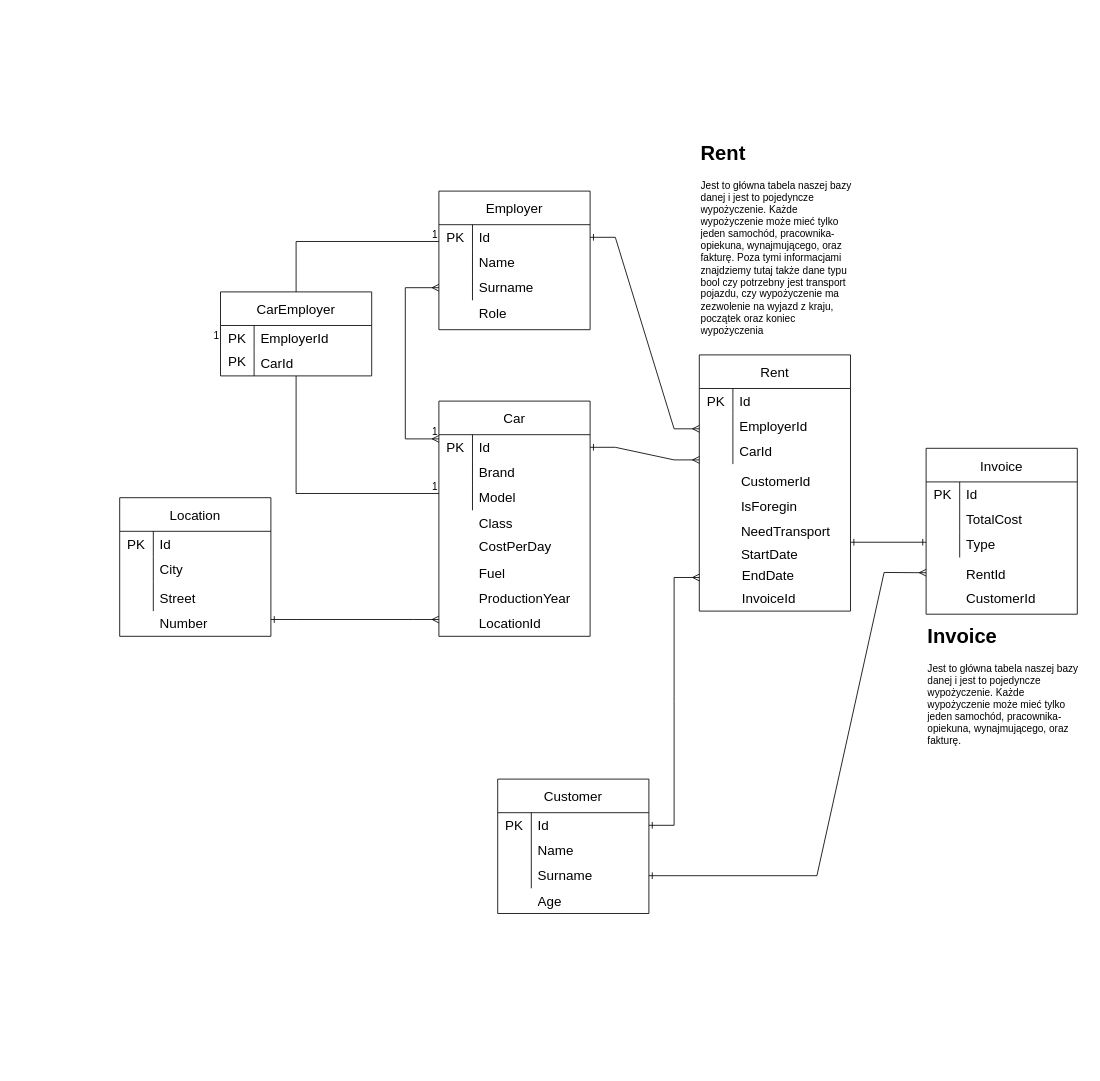
The draw.io diagram Homework warsztat.drawio in Tomasz98Zukowski/TripBudgetApp, before the edit. Source tidied: cells renumbered, new cells numbered last; positions are measured from the earlier drawing's top-left corner, leaving out a move shared by most shapes. Both pictures are drawn from the tidied source at 84%, with x=0, y=0 at pixel (119, 136).
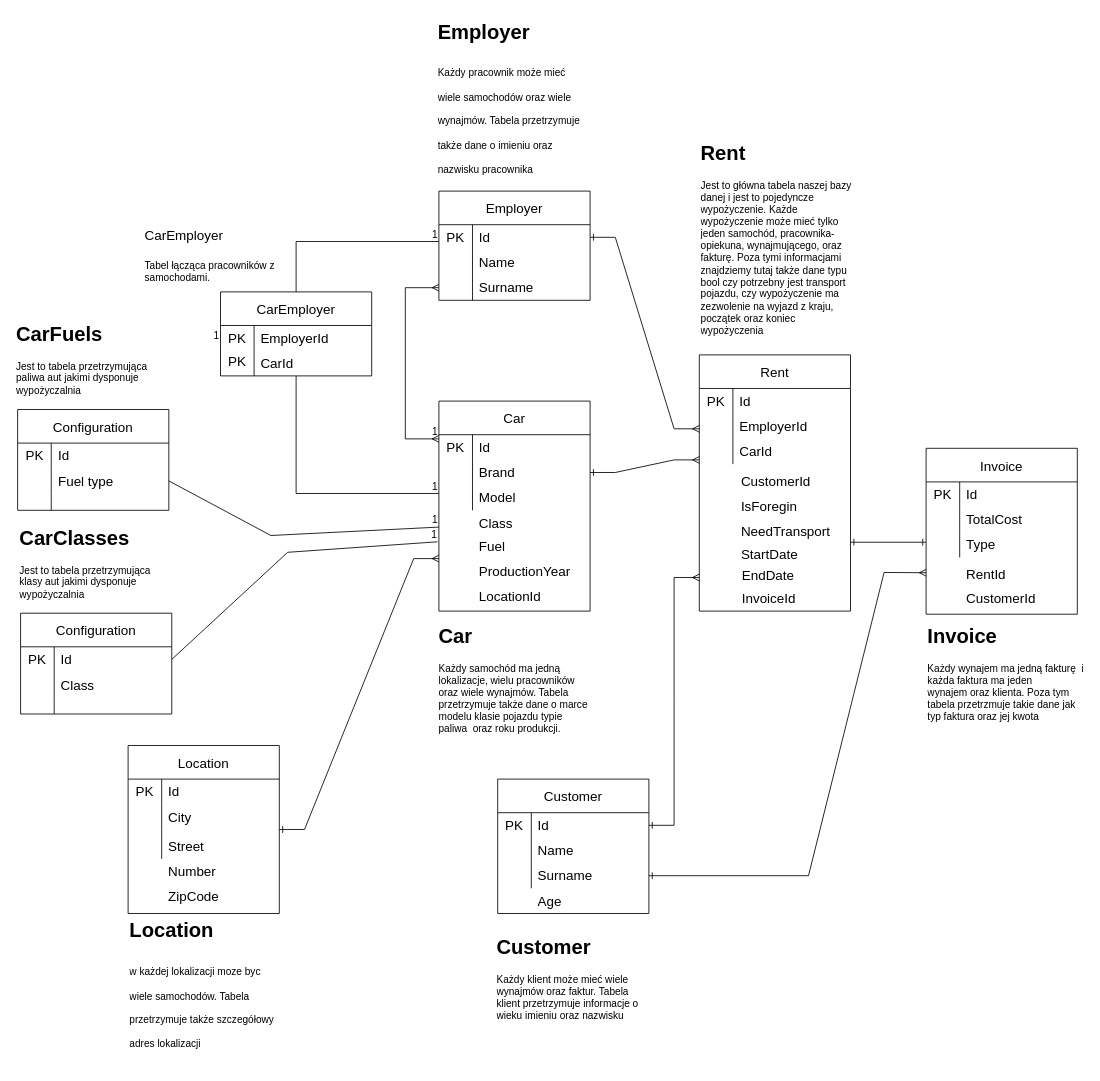
The same page after the edit.

The change refers to these unchanged cells:
```xml
<mxCell id="23" style="shape=tableRow;horizontal=0;startSize=0;swimlaneHead=0;swimlaneBody=0;top=0;left=0;bottom=0;right=0;fillColor=none;points=[[0,0.5],[1,0.5]];portConstraint=eastwest;strokeColor=inherit;fontSize=16;" parent="16" vertex="1">
  <mxGeometry y="100" width="180" height="30" as="geometry" />
</mxCell>
<mxCell id="40" style="shape=tableRow;horizontal=0;startSize=0;swimlaneHead=0;swimlaneBody=0;top=0;left=0;bottom=0;right=0;fillColor=none;points=[[0,0.5],[1,0.5]];portConstraint=eastwest;strokeColor=inherit;fontSize=16;" parent="39" vertex="1">
  <mxGeometry y="40" width="180" height="30" as="geometry" />
</mxCell>
<mxCell id="43" style="shape=tableRow;horizontal=0;startSize=0;swimlaneHead=0;swimlaneBody=0;top=0;left=0;bottom=0;right=0;fillColor=none;points=[[0,0.5],[1,0.5]];portConstraint=eastwest;strokeColor=inherit;fontSize=16;" parent="39" vertex="1">
  <mxGeometry y="70" width="180" height="30" as="geometry" />
</mxCell>
<mxCell id="86" value="Invoice" style="shape=table;startSize=40;childLayout=tableLayout;rowLines=0;fontStyle=0;strokeColor=default;fontSize=16;fillColor=default;" parent="1" vertex="1">
  <mxGeometry x="960" y="371.2" width="180" height="197.5" as="geometry" />
</mxCell>
```

Diff of the diagram source:
```diff
@@
     <mxCell id="28" value="Employer" style="shape=table;startSize=40;childLayout=tableLayout;rowLines=0;fontStyle=0;strokeColor=default;fontSize=16;fillColor=default;" parent="1" vertex="1">
-      <mxGeometry x="380" y="65" width="180" height="165" as="geometry" />
+      <mxGeometry x="380" y="65" width="180" height="130" as="geometry" />
     </mxCell>
@@
-    <mxCell id="38" value="Role" style="shape=partialRectangle;html=1;whiteSpace=wrap;fillColor=none;top=0;left=0;bottom=0;right=0;align=left;spacingLeft=6;overflow=hidden;strokeColor=inherit;fontSize=16;" parent="1" vertex="1">
-      <mxGeometry x="420" y="195" width="140" height="30" as="geometry" />
-    </mxCell>
     <mxCell id="39" value="Car" style="shape=table;startSize=40;childLayout=tableLayout;rowLines=0;fontStyle=0;strokeColor=default;fontSize=16;fillColor=default;" parent="1" vertex="1">
-      <mxGeometry x="380" y="315" width="180" height="280" as="geometry" />
+      <mxGeometry x="380" y="315" width="180" height="250" as="geometry" />
     </mxCell>
@@
-    <mxCell id="50" value="CostPerDay" style="shape=partialRectangle;html=1;whiteSpace=wrap;fillColor=none;top=0;left=0;bottom=0;right=0;align=left;spacingLeft=6;overflow=hidden;strokeColor=inherit;fontSize=16;" parent="1" vertex="1">
+    <mxCell id="50" style="shape=partialRectangle;html=1;whiteSpace=wrap;fillColor=none;top=0;left=0;bottom=0;right=0;align=left;spacingLeft=6;overflow=hidden;strokeColor=inherit;fontSize=16;" parent="1" vertex="1">
       <mxGeometry x="420" y="473" width="140" height="30" as="geometry" />
     </mxCell>
     <mxCell id="51" value="Fuel" style="shape=partialRectangle;html=1;whiteSpace=wrap;fillColor=none;top=0;left=0;bottom=0;right=0;align=left;spacingLeft=6;overflow=hidden;strokeColor=inherit;fontSize=16;" parent="1" vertex="1">
-      <mxGeometry x="420" y="505" width="140" height="30" as="geometry" />
+      <mxGeometry x="420" y="473" width="140" height="30" as="geometry" />
     </mxCell>
     <mxCell id="52" value="ProductionYear" style="shape=partialRectangle;html=1;whiteSpace=wrap;fillColor=none;top=0;left=0;bottom=0;right=0;align=left;spacingLeft=6;overflow=hidden;strokeColor=inherit;fontSize=16;" parent="1" vertex="1">
-      <mxGeometry x="420" y="535" width="140" height="30" as="geometry" />
+      <mxGeometry x="420" y="503" width="140" height="30" as="geometry" />
     </mxCell>
@@
-    <mxCell id="55" style="edgeStyle=entityRelationEdgeStyle;fontSize=12;html=1;endArrow=ERmany;startArrow=ERone;rounded=0;exitX=1;exitY=0.5;exitDx=0;exitDy=0;startFill=0;endFill=0;" parent="1" edge="1" source="40">
+    <mxCell id="55" style="edgeStyle=entityRelationEdgeStyle;fontSize=12;html=1;endArrow=ERmany;startArrow=ERone;rounded=0;exitX=1;exitY=0.5;exitDx=0;exitDy=0;startFill=0;endFill=0;" parent="1" edge="1" source="43">
       <mxGeometry relative="1" as="geometry">
         <mxPoint x="690" y="385" as="targetPoint" />
         <Array as="points">
           <mxPoint x="630" y="385" />
+          <mxPoint x="650" y="385" />
         </Array>
       </mxGeometry>
     </mxCell>
     <mxCell id="56" value="LocationId" style="shape=partialRectangle;html=1;whiteSpace=wrap;fillColor=none;top=0;left=0;bottom=0;right=0;align=left;spacingLeft=6;overflow=hidden;strokeColor=inherit;fontSize=16;" parent="1" vertex="1">
-      <mxGeometry x="420" y="565" width="140" height="30" as="geometry" />
+      <mxGeometry x="420" y="533" width="140" height="30" as="geometry" />
     </mxCell>
     <mxCell id="57" value="Location" style="shape=table;startSize=40;childLayout=tableLayout;rowLines=0;fontStyle=0;strokeColor=default;fontSize=16;fillColor=default;" parent="1" vertex="1">
-      <mxGeometry y="430" width="180" height="165" as="geometry" />
+      <mxGeometry x="10" y="725" width="180" height="200" as="geometry" />
     </mxCell>
@@
     <mxCell id="67" value="Street" style="shape=partialRectangle;html=1;whiteSpace=wrap;fillColor=none;top=0;left=0;bottom=0;right=0;align=left;spacingLeft=6;overflow=hidden;strokeColor=inherit;fontSize=16;" parent="1" vertex="1">
-      <mxGeometry x="40" y="535" width="140" height="30" as="geometry" />
+      <mxGeometry x="50" y="830" width="140" height="30" as="geometry" />
     </mxCell>
     <mxCell id="68" value="Number" style="shape=partialRectangle;html=1;whiteSpace=wrap;fillColor=none;top=0;left=0;bottom=0;right=0;align=left;spacingLeft=6;overflow=hidden;strokeColor=inherit;fontSize=16;" parent="1" vertex="1">
-      <mxGeometry x="40" y="565" width="140" height="30" as="geometry" />
+      <mxGeometry x="50" y="860" width="140" height="30" as="geometry" />
     </mxCell>
-    <mxCell id="69" style="edgeStyle=entityRelationEdgeStyle;fontSize=12;html=1;endArrow=ERmany;startArrow=ERone;rounded=0;startFill=0;" parent="1" edge="1">
-      <mxGeometry relative="1" as="geometry">
-        <mxPoint x="180" y="575" as="sourcePoint" />
-        <mxPoint x="380" y="575" as="targetPoint" />
-      </mxGeometry>
+    <mxCell id="69" style="edgeStyle=entityRelationEdgeStyle;fontSize=12;html=1;endArrow=ERmany;startArrow=ERone;rounded=0;startFill=0;entryX=0;entryY=0.75;entryDx=0;entryDy=0;exitX=1;exitY=0.5;exitDx=0;exitDy=0;" parent="1" edge="1" source="57" target="39">
+      <mxGeometry relative="1" as="geometry" />
     </mxCell>
@@
-    <mxCell id="100" value="&lt;h1 style=&quot;margin-top: 0px;&quot;&gt;Invoice&lt;/h1&gt;&lt;p&gt;Jest to główna tabela naszej bazy danej i jest to pojedyncze wypożyczenie. Każde wypożyczenie może mieć tylko jeden samochód, pracownika-opiekuna, wynajmującego, oraz fakturę.&amp;nbsp;&lt;/p&gt;" style="text;html=1;whiteSpace=wrap;overflow=hidden;rounded=0;" parent="1" vertex="1">
-      <mxGeometry x="960" y="575" width="187" height="160" as="geometry" />
+    <mxCell id="100" value="&lt;h1 style=&quot;margin-top: 0px;&quot;&gt;Invoice&lt;/h1&gt;&lt;p&gt;Każdy wynajem ma jedną fakturę&amp;nbsp; i każda faktura ma jeden wynajem&amp;nbsp;&lt;span style=&quot;background-color: initial;&quot;&gt;oraz klienta&lt;/span&gt;&lt;span style=&quot;background-color: initial;&quot;&gt;. Poza tym tabela przetrzmuje takie dane jak typ faktura oraz jej kwota&lt;/span&gt;&lt;/p&gt;" style="text;html=1;whiteSpace=wrap;overflow=hidden;rounded=0;" parent="1" vertex="1">
+      <mxGeometry x="960" y="575" width="190" height="130" as="geometry" />
     </mxCell>
     <mxCell id="101" style="endArrow=ERmany;html=1;rounded=0;exitX=1;exitY=0.5;exitDx=0;exitDy=0;entryX=0;entryY=0.75;entryDx=0;entryDy=0;startArrow=ERone;startFill=0;endFill=0;" parent="1" edge="1" source="23" target="86">
       <mxGeometry relative="1" as="geometry">
         <Array as="points">
-          <mxPoint x="830" y="880" />
+          <mxPoint x="820" y="880" />
           <mxPoint x="910" y="519" />
         </Array>
       </mxGeometry>
     </mxCell>
+    <mxCell id="102" value="&lt;h1 style=&quot;margin-top: 0px;&quot;&gt;Customer&lt;/h1&gt;&lt;p&gt;Każdy klient może mieć wiele wynajmów oraz faktur. Tabela klient przetrzymuje informacje o wieku imieniu oraz nazwisku&lt;/p&gt;" style="text;html=1;whiteSpace=wrap;overflow=hidden;rounded=0;" parent="1" vertex="1">
+      <mxGeometry x="446.5" y="945" width="183.5" height="120" as="geometry" />
+    </mxCell>
+    <mxCell id="103" value="&lt;h1 style=&quot;margin-top: 0px;&quot;&gt;Car&lt;/h1&gt;&lt;p&gt;Każdy samochód ma jedną lokalizacje, wielu pracowników oraz wiele wynajmów. Tabela przetrzymuje także dane o marce modelu klasie pojazdu typie paliwa&amp;nbsp; oraz roku produkcji.&lt;/p&gt;" style="text;html=1;whiteSpace=wrap;overflow=hidden;rounded=0;" parent="1" vertex="1">
+      <mxGeometry x="378.2" y="575" width="183.5" height="150" as="geometry" />
+    </mxCell>
+    <mxCell id="104" value="&lt;h1 style=&quot;margin-top: 0px;&quot;&gt;&lt;span style=&quot;background-color: initial;&quot;&gt;Location&lt;/span&gt;&lt;/h1&gt;&lt;h1 style=&quot;margin-top: 0px;&quot;&gt;&lt;span style=&quot;background-color: initial; font-size: 12px; font-weight: normal;&quot;&gt;w każdej lokalizacji moze byc wiele samochodów. Tabela przetrzymuje także szczegółowy adres lokalizacji&lt;/span&gt;&lt;br&gt;&lt;/h1&gt;" style="text;html=1;whiteSpace=wrap;overflow=hidden;rounded=0;" parent="1" vertex="1">
+      <mxGeometry x="10" y="925" width="183.5" height="180" as="geometry" />
+    </mxCell>
+    <mxCell id="105" value="&lt;h1 style=&quot;margin-top: 0px;&quot;&gt;&lt;span style=&quot;background-color: initial;&quot;&gt;Employer&lt;/span&gt;&lt;/h1&gt;&lt;h1 style=&quot;margin-top: 0px;&quot;&gt;&lt;span style=&quot;background-color: initial; font-size: 12px; font-weight: normal;&quot;&gt;Każdy pracownik może mieć wiele samochodów oraz wiele wynajmów. Tabela przetrzymuje także dane o imieniu oraz nazwisku pracownika&lt;/span&gt;&lt;br&gt;&lt;/h1&gt;" style="text;html=1;whiteSpace=wrap;overflow=hidden;rounded=0;" parent="1" vertex="1">
+      <mxGeometry x="376.5" y="-145" width="183.5" height="200" as="geometry" />
+    </mxCell>
+    <mxCell id="106" value="&lt;h1 style=&quot;margin-top: 0px;&quot;&gt;&lt;span style=&quot;font-size: 16px; font-weight: 400; text-align: center; text-wrap: nowrap;&quot;&gt;CarEmployer&lt;/span&gt;&lt;br&gt;&lt;/h1&gt;&lt;p&gt;Tabel łącząca pracowników z samochodami.&lt;/p&gt;" style="text;html=1;whiteSpace=wrap;overflow=hidden;rounded=0;" parent="1" vertex="1">
+      <mxGeometry x="28.2" y="95" width="183.5" height="90" as="geometry" />
+    </mxCell>
+    <mxCell id="107" value="Configuration" style="shape=table;startSize=40;childLayout=tableLayout;rowLines=0;fontStyle=0;strokeColor=default;fontSize=16;fillColor=default;" parent="1" vertex="1">
+      <mxGeometry x="-118" y="567.5" width="180" height="120" as="geometry" />
+    </mxCell>
+    <mxCell id="108" style="shape=tableRow;horizontal=0;startSize=0;swimlaneHead=0;swimlaneBody=0;top=0;left=0;bottom=0;right=0;fillColor=none;points=[[0,0.5],[1,0.5]];portConstraint=eastwest;strokeColor=inherit;fontSize=16;" parent="107" vertex="1">
+      <mxGeometry y="40" width="180" height="30" as="geometry" />
+    </mxCell>
+    <mxCell id="109" value="PK" style="shape=partialRectangle;html=1;whiteSpace=wrap;fillColor=none;top=0;left=0;bottom=0;right=0;overflow=hidden;strokeColor=inherit;fontSize=16;" parent="108" vertex="1">
+      <mxGeometry width="40" height="30" as="geometry" />
+    </mxCell>
+    <mxCell id="110" value="Id" style="shape=partialRectangle;html=1;whiteSpace=wrap;fillColor=none;top=0;left=0;bottom=0;right=0;align=left;spacingLeft=6;overflow=hidden;strokeColor=inherit;fontSize=16;" parent="108" vertex="1">
+      <mxGeometry x="40" width="140" height="30" as="geometry" />
+    </mxCell>
+    <mxCell id="111" style="shape=tableRow;horizontal=0;startSize=0;swimlaneHead=0;swimlaneBody=0;top=0;left=0;bottom=0;right=0;fillColor=none;strokeColor=inherit;fontSize=16;" parent="107" vertex="1">
+      <mxGeometry y="70" width="180" height="30" as="geometry" />
+    </mxCell>
+    <mxCell id="112" style="shape=partialRectangle;html=1;whiteSpace=wrap;fillColor=none;top=0;left=0;bottom=0;right=0;overflow=hidden;strokeColor=inherit;fontSize=16;" parent="111" vertex="1">
+      <mxGeometry width="40" height="30" as="geometry" />
+    </mxCell>
+    <mxCell id="113" value="Class" style="shape=partialRectangle;html=1;whiteSpace=wrap;fillColor=none;top=0;left=0;bottom=0;right=0;align=left;spacingLeft=6;overflow=hidden;strokeColor=inherit;fontSize=16;" parent="111" vertex="1">
+      <mxGeometry x="40" width="140" height="30" as="geometry" />
+    </mxCell>
+    <mxCell id="114" style="shape=tableRow;horizontal=0;startSize=0;swimlaneHead=0;swimlaneBody=0;top=0;left=0;bottom=0;right=0;fillColor=none;strokeColor=inherit;fontSize=16;" parent="107" vertex="1">
+      <mxGeometry y="100" width="180" height="20" as="geometry" />
+    </mxCell>
+    <mxCell id="115" style="shape=partialRectangle;html=1;whiteSpace=wrap;fillColor=none;top=0;left=0;bottom=0;right=0;overflow=hidden;strokeColor=inherit;fontSize=16;" parent="114" vertex="1">
+      <mxGeometry width="40" height="20" as="geometry" />
+    </mxCell>
+    <mxCell id="116" style="shape=partialRectangle;html=1;whiteSpace=wrap;fillColor=none;top=0;left=0;bottom=0;right=0;align=left;spacingLeft=6;overflow=hidden;strokeColor=inherit;fontSize=16;" parent="114" vertex="1">
+      <mxGeometry x="40" width="140" height="20" as="geometry" />
+    </mxCell>
+    <mxCell id="117" value="&lt;h1 style=&quot;margin-top: 0px;&quot;&gt;CarClasses&lt;/h1&gt;&lt;p&gt;Jest to tabela przetrzymująca klasy aut jakimi dysponuje wypożyczalnia&lt;/p&gt;" style="text;html=1;whiteSpace=wrap;overflow=hidden;rounded=0;" parent="1" vertex="1">
+      <mxGeometry x="-121.5" y="457.5" width="187" height="97.5" as="geometry" />
+    </mxCell>
+    <mxCell id="118" value="Configuration" style="shape=table;startSize=40;childLayout=tableLayout;rowLines=0;fontStyle=0;strokeColor=default;fontSize=16;fillColor=default;" parent="1" vertex="1">
+      <mxGeometry x="-121.5" y="325" width="180" height="120" as="geometry" />
+    </mxCell>
+    <mxCell id="119" style="shape=tableRow;horizontal=0;startSize=0;swimlaneHead=0;swimlaneBody=0;top=0;left=0;bottom=0;right=0;fillColor=none;strokeColor=inherit;fontSize=16;" parent="118" vertex="1">
+      <mxGeometry y="40" width="180" height="30" as="geometry" />
+    </mxCell>
+    <mxCell id="120" value="PK" style="shape=partialRectangle;html=1;whiteSpace=wrap;fillColor=none;top=0;left=0;bottom=0;right=0;overflow=hidden;strokeColor=inherit;fontSize=16;" parent="119" vertex="1">
+      <mxGeometry width="40" height="30" as="geometry" />
+    </mxCell>
+    <mxCell id="121" value="Id" style="shape=partialRectangle;html=1;whiteSpace=wrap;fillColor=none;top=0;left=0;bottom=0;right=0;align=left;spacingLeft=6;overflow=hidden;strokeColor=inherit;fontSize=16;" parent="119" vertex="1">
+      <mxGeometry x="40" width="140" height="30" as="geometry" />
+    </mxCell>
+    <mxCell id="122" style="shape=tableRow;horizontal=0;startSize=0;swimlaneHead=0;swimlaneBody=0;top=0;left=0;bottom=0;right=0;fillColor=none;points=[[0,0.5],[1,0.5]];portConstraint=eastwest;strokeColor=inherit;fontSize=16;" parent="118" vertex="1">
+      <mxGeometry y="70" width="180" height="30" as="geometry" />
+    </mxCell>
+    <mxCell id="123" style="shape=partialRectangle;html=1;whiteSpace=wrap;fillColor=none;top=0;left=0;bottom=0;right=0;overflow=hidden;strokeColor=inherit;fontSize=16;" parent="122" vertex="1">
+      <mxGeometry width="40" height="30" as="geometry" />
+    </mxCell>
+    <mxCell id="124" value="Fuel type" style="shape=partialRectangle;html=1;whiteSpace=wrap;fillColor=none;top=0;left=0;bottom=0;right=0;align=left;spacingLeft=6;overflow=hidden;strokeColor=inherit;fontSize=16;" parent="122" vertex="1">
+      <mxGeometry x="40" width="140" height="30" as="geometry" />
+    </mxCell>
+    <mxCell id="125" style="shape=tableRow;horizontal=0;startSize=0;swimlaneHead=0;swimlaneBody=0;top=0;left=0;bottom=0;right=0;fillColor=none;strokeColor=inherit;fontSize=16;" parent="118" vertex="1">
+      <mxGeometry y="100" width="180" height="20" as="geometry" />
+    </mxCell>
+    <mxCell id="126" style="shape=partialRectangle;html=1;whiteSpace=wrap;fillColor=none;top=0;left=0;bottom=0;right=0;overflow=hidden;strokeColor=inherit;fontSize=16;" parent="125" vertex="1">
+      <mxGeometry width="40" height="20" as="geometry" />
+    </mxCell>
+    <mxCell id="127" style="shape=partialRectangle;html=1;whiteSpace=wrap;fillColor=none;top=0;left=0;bottom=0;right=0;align=left;spacingLeft=6;overflow=hidden;strokeColor=inherit;fontSize=16;" parent="125" vertex="1">
+      <mxGeometry x="40" width="140" height="20" as="geometry" />
+    </mxCell>
+    <mxCell id="128" value="&lt;h1 style=&quot;margin-top: 0px;&quot;&gt;CarFuels&lt;/h1&gt;&lt;p&gt;Jest to tabela przetrzymująca paliwa aut jakimi dysponuje wypożyczalnia&lt;/p&gt;" style="text;html=1;whiteSpace=wrap;overflow=hidden;rounded=0;" parent="1" vertex="1">
+      <mxGeometry x="-125" y="215" width="187" height="97.5" as="geometry" />
+    </mxCell>
+    <mxCell id="129" style="endArrow=none;html=1;rounded=0;exitX=1;exitY=0.5;exitDx=0;exitDy=0;" parent="1" edge="1" source="122">
+      <mxGeometry relative="1" as="geometry">
+        <mxPoint x="380" y="465" as="targetPoint" />
+        <Array as="points">
+          <mxPoint x="180" y="475" />
+        </Array>
+      </mxGeometry>
+    </mxCell>
+    <mxCell id="130" value="1" style="html=1;whiteSpace=wrap;align=right;verticalAlign=bottom;" parent="129" vertex="1">
+      <mxGeometry x="1" relative="1" as="geometry" />
+    </mxCell>
+    <mxCell id="131" style="endArrow=none;html=1;rounded=0;exitX=1;exitY=0.5;exitDx=0;exitDy=0;" parent="1" edge="1" source="108">
+      <mxGeometry relative="1" as="geometry">
+        <mxPoint x="378.2" y="482.5" as="targetPoint" />
+        <Array as="points">
+          <mxPoint x="200" y="495" />
+        </Array>
+      </mxGeometry>
+    </mxCell>
+    <mxCell id="132" value="1" style="html=1;whiteSpace=wrap;align=right;verticalAlign=bottom;" parent="131" vertex="1">
+      <mxGeometry x="1" relative="1" as="geometry" />
+    </mxCell>
+    <mxCell id="133" value="ZipCode" style="shape=partialRectangle;html=1;whiteSpace=wrap;fillColor=none;top=0;left=0;bottom=0;right=0;align=left;spacingLeft=6;overflow=hidden;strokeColor=inherit;fontSize=16;" parent="1" vertex="1">
+      <mxGeometry x="50" y="890" width="140" height="30" as="geometry" />
+    </mxCell>
```
